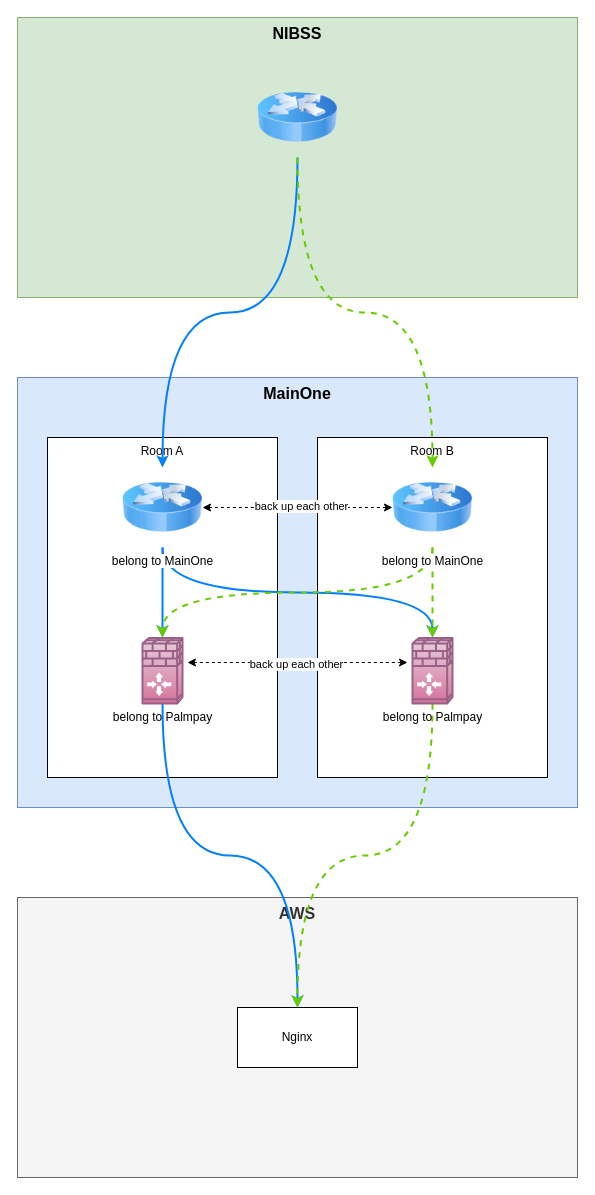
Above: NIBSS-MainOne.drawio in catface996/images (draw.io), before the change. Source tidied: cells renumbered, new cells numbered last; positions are measured from the earlier drawing's top-left corner, leaving out a move shared by most shapes. Both pictures are drawn from the tidied source at 100%, with x=0, y=0 at pixel (17, 17).
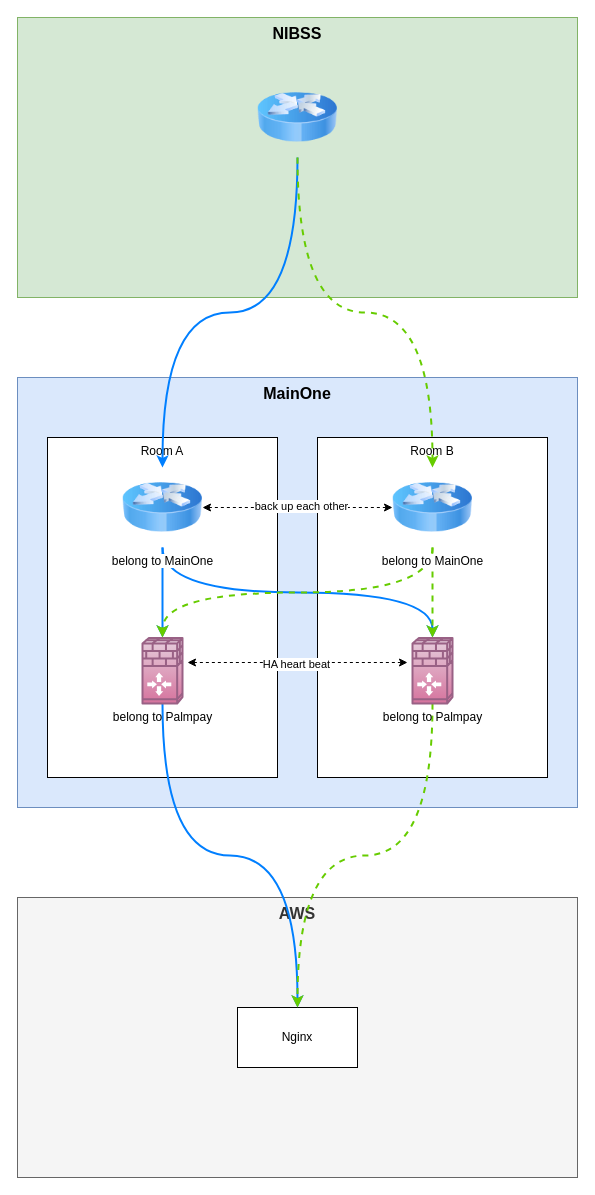
After the change.

The change refers to these unchanged cells:
```xml
<mxCell id="14" style="edgeStyle=orthogonalEdgeStyle;rounded=0;orthogonalLoop=1;jettySize=auto;html=1;entryX=0;entryY=0.5;entryDx=0;entryDy=0;entryPerimeter=0;startArrow=classic;startFill=1;dashed=1;" parent="1" edge="1">
  <mxGeometry relative="1" as="geometry">
    <mxPoint x="170" y="645" as="sourcePoint" />
    <mxPoint x="390" y="645" as="targetPoint" />
  </mxGeometry>
</mxCell>
```

What changed in the source:
```diff
@@
-    <mxCell id="15" value="back up each other" style="edgeLabel;html=1;align=center;verticalAlign=middle;" parent="14" vertex="1">
+    <mxCell id="15" value="HA heart beat" style="edgeLabel;html=1;align=center;verticalAlign=middle;" parent="14" vertex="1">
       <mxGeometry x="-0.02" y="-1" relative="1" as="geometry" />
     </mxCell>
```
